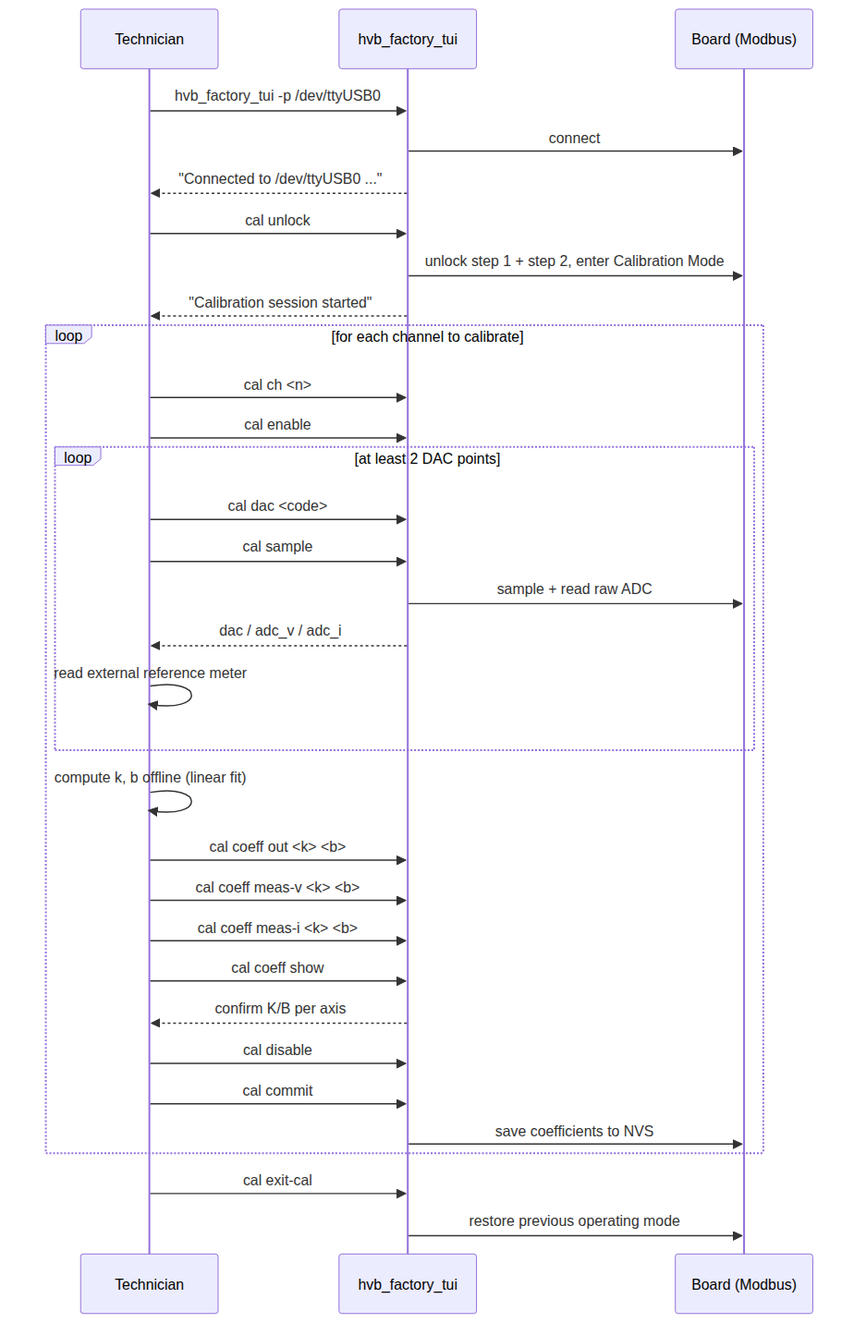
Above: docs/guide/calibration-session-en.png in ufan/hvb_firmware (Mermaid), before the change. Its source is kept beside it as docs/guide/calibration-session-en.mmd. Its diagram source:
```mermaid
sequenceDiagram
  participant T as Technician
  participant Tool as hvb_factory_tui
  participant Board as Board (Modbus)

  T->>Tool: hvb_factory_tui -p /dev/ttyUSB0
  Tool->>Board: connect
  Tool-->>T: "Connected to /dev/ttyUSB0 ..."

  T->>Tool: cal unlock
  Tool->>Board: unlock step 1 + step 2, enter Calibration Mode
  Tool-->>T: "Calibration session started"

  loop for each channel to calibrate
    T->>Tool: cal ch <n>
    T->>Tool: cal enable

    loop at least 2 DAC points
      T->>Tool: cal dac <code>
      T->>Tool: cal sample
      Tool->>Board: sample + read raw ADC
      Tool-->>T: dac / adc_v / adc_i
      T->>T: read external reference meter
    end

    T->>T: compute k, b offline (linear fit)

    T->>Tool: cal coeff out <k> <b>
    T->>Tool: cal coeff meas-v <k> <b>
    T->>Tool: cal coeff meas-i <k> <b>
    T->>Tool: cal coeff show
    Tool-->>T: confirm K/B per axis

    T->>Tool: cal disable
    T->>Tool: cal commit
    Tool->>Board: save coefficients to NVS
  end

  T->>Tool: cal exit-cal
  Tool->>Board: restore previous operating mode
```
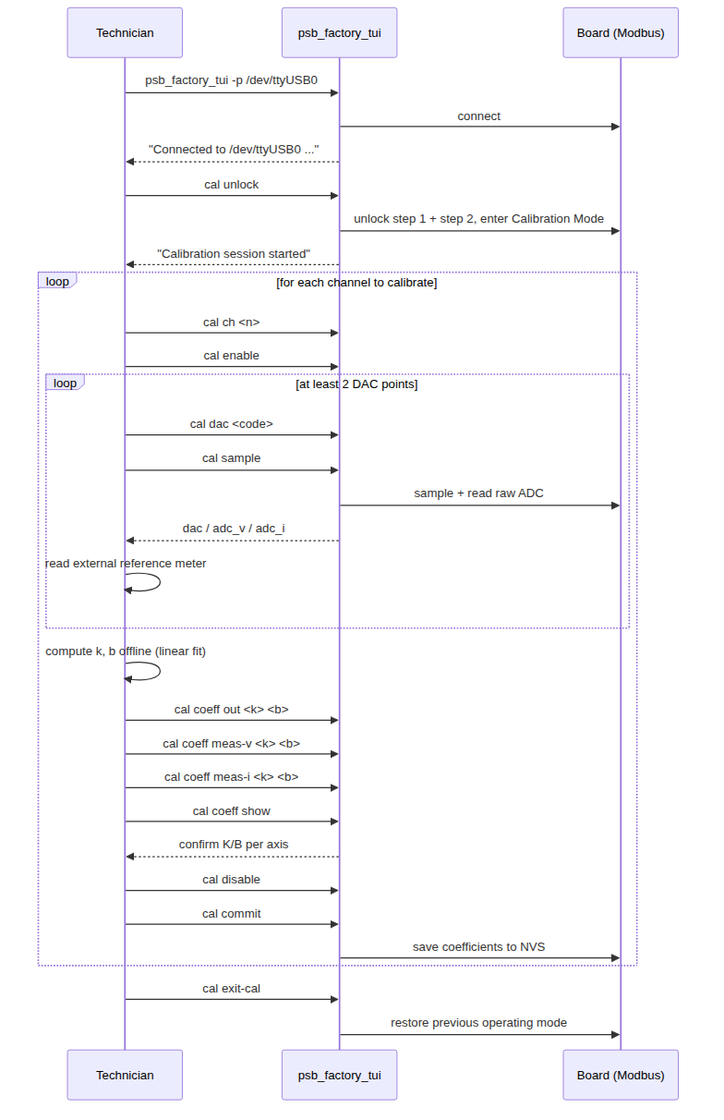
Later version of the same file.

Change to the diagram source:
```diff
@@ -1,9 +1,9 @@
 sequenceDiagram
   participant T as Technician
-  participant Tool as hvb_factory_tui
+  participant Tool as psb_factory_tui
   participant Board as Board (Modbus)
 
-  T->>Tool: hvb_factory_tui -p /dev/ttyUSB0
+  T->>Tool: psb_factory_tui -p /dev/ttyUSB0
   Tool->>Board: connect
   Tool-->>T: "Connected to /dev/ttyUSB0 ..."
 
```
